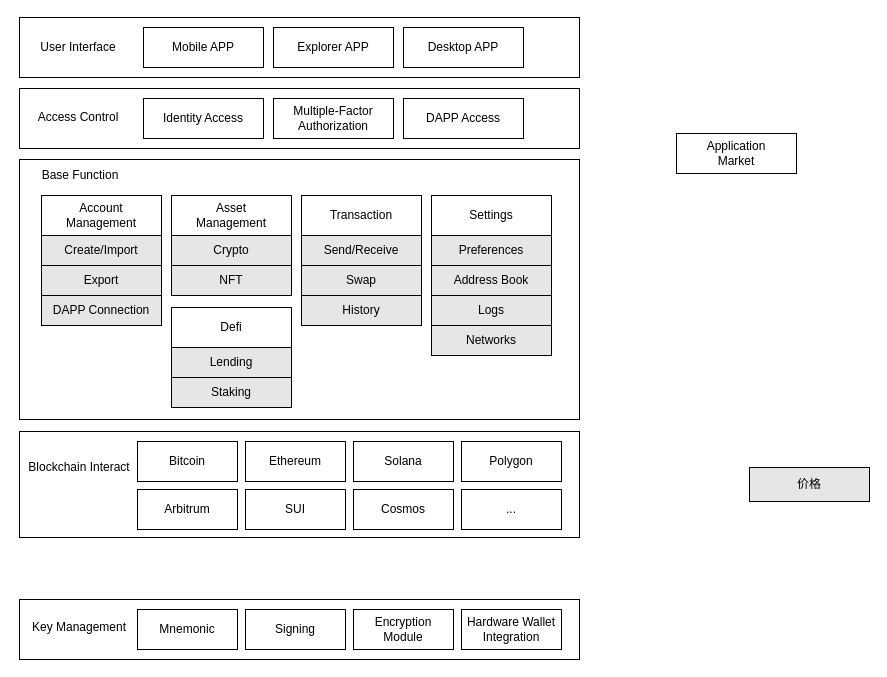
Earlier version of the draw.io diagram Wallet.drawio (hikariiiiiii/draw). Source tidied: cells renumbered, new cells numbered last; positions are measured from the earlier drawing's top-left corner, leaving out a move shared by most shapes. Both pictures are drawn from the tidied source at 100%, with x=0, y=0 at pixel (17, 17).
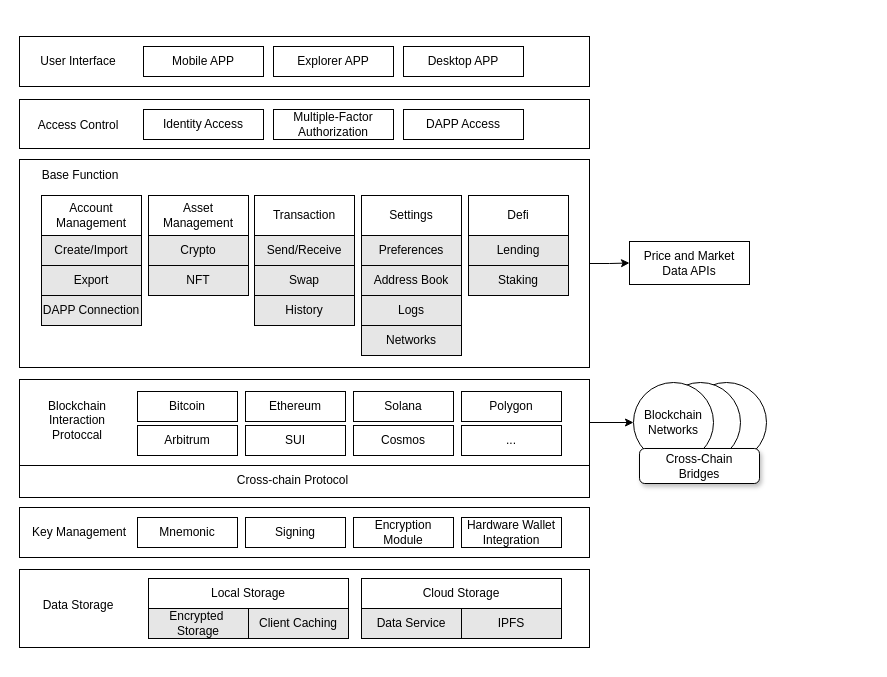
The same page after the edit.

Diff of the diagram source:
```diff
@@
     <mxCell id="2" style="rounded=0;whiteSpace=wrap;html=1;" parent="1" vertex="1">
-      <mxGeometry x="2" width="560" height="60" as="geometry" />
+      <mxGeometry x="2" y="19" width="570" height="50" as="geometry" />
     </mxCell>
     <mxCell id="3" value="User Interface" style="text;html=1;align=center;verticalAlign=middle;whiteSpace=wrap;rounded=0;" parent="1" vertex="1">
-      <mxGeometry x="6" y="15" width="110" height="30" as="geometry" />
+      <mxGeometry x="6" y="29" width="110" height="30" as="geometry" />
     </mxCell>
     <mxCell id="4" value="Mobile APP" style="rounded=0;whiteSpace=wrap;html=1;" parent="1" vertex="1">
-      <mxGeometry x="126" y="10" width="120" height="40" as="geometry" />
+      <mxGeometry x="126" y="29" width="120" height="30" as="geometry" />
     </mxCell>
     <mxCell id="5" value="Explorer APP" style="rounded=0;whiteSpace=wrap;html=1;" parent="1" vertex="1">
-      <mxGeometry x="256" y="10" width="120" height="40" as="geometry" />
+      <mxGeometry x="256" y="29" width="120" height="30" as="geometry" />
     </mxCell>
     <mxCell id="6" value="Desktop APP" style="rounded=0;whiteSpace=wrap;html=1;" parent="1" vertex="1">
-      <mxGeometry x="386" y="10" width="120" height="40" as="geometry" />
+      <mxGeometry x="386" y="29" width="120" height="30" as="geometry" />
     </mxCell>
+    <mxCell id="51" style="edgeStyle=orthogonalEdgeStyle;rounded=0;jettySize=auto;html=1;exitX=1;exitY=0.5;exitDx=0;exitDy=0;entryX=0;entryY=0.5;entryDx=0;entryDy=0;" parent="1" edge="1" source="7" target="18">
+      <mxGeometry relative="1" as="geometry" />
+    </mxCell>
     <mxCell id="7" style="rounded=0;whiteSpace=wrap;html=1;" parent="1" vertex="1">
-      <mxGeometry x="2" y="142" width="560" height="260" as="geometry" />
+      <mxGeometry x="2" y="142" width="570" height="208" as="geometry" />
     </mxCell>
@@
     <mxCell id="9" value="Crypto" style="rounded=0;whiteSpace=wrap;html=1;fillColor=light-dark(#E6E6E6,var(--ge-dark-color, #121212));" parent="1" vertex="1">
-      <mxGeometry x="154" y="218" width="120" height="30" as="geometry" />
+      <mxGeometry x="131" y="218" width="100" height="30" as="geometry" />
     </mxCell>
     <mxCell id="10" value="NFT" style="rounded=0;whiteSpace=wrap;html=1;fillColor=light-dark(#E6E6E6,var(--ge-dark-color, #121212));" parent="1" vertex="1">
-      <mxGeometry x="154" y="248" width="120" height="30" as="geometry" />
+      <mxGeometry x="131" y="248" width="100" height="30" as="geometry" />
     </mxCell>
     <mxCell id="11" value="Asset&lt;div&gt;Management&lt;/div&gt;" style="rounded=0;whiteSpace=wrap;html=1;" parent="1" vertex="1">
-      <mxGeometry x="154" y="178" width="120" height="40" as="geometry" />
+      <mxGeometry x="131" y="178" width="100" height="40" as="geometry" />
     </mxCell>
     <mxCell id="12" value="Send/Receive" style="rounded=0;whiteSpace=wrap;html=1;fillColor=light-dark(#E6E6E6,var(--ge-dark-color, #121212));" parent="1" vertex="1">
-      <mxGeometry x="284" y="218" width="120" height="30" as="geometry" />
+      <mxGeometry x="237" y="218" width="100" height="30" as="geometry" />
     </mxCell>
     <mxCell id="13" value="Swap" style="rounded=0;whiteSpace=wrap;html=1;fillColor=light-dark(#E6E6E6,var(--ge-dark-color, #121212));" parent="1" vertex="1">
-      <mxGeometry x="284" y="248" width="120" height="30" as="geometry" />
+      <mxGeometry x="237" y="248" width="100" height="30" as="geometry" />
     </mxCell>
     <mxCell id="14" value="Transaction" style="rounded=0;whiteSpace=wrap;html=1;" parent="1" vertex="1">
-      <mxGeometry x="284" y="178" width="120" height="40" as="geometry" />
+      <mxGeometry x="237" y="178" width="100" height="40" as="geometry" />
     </mxCell>
     <mxCell id="15" value="Create/Import" style="rounded=0;whiteSpace=wrap;html=1;fillColor=light-dark(#E6E6E6,var(--ge-dark-color, #121212));" parent="1" vertex="1">
-      <mxGeometry x="24" y="218" width="120" height="30" as="geometry" />
+      <mxGeometry x="24" y="218" width="100" height="30" as="geometry" />
     </mxCell>
     <mxCell id="16" value="Export" style="rounded=0;whiteSpace=wrap;html=1;fillColor=light-dark(#E6E6E6,var(--ge-dark-color, #121212));" parent="1" vertex="1">
-      <mxGeometry x="24" y="248" width="120" height="30" as="geometry" />
+      <mxGeometry x="24" y="248" width="100" height="30" as="geometry" />
     </mxCell>
-    <mxCell id="17" value="Account&lt;div&gt;Management&lt;/div&gt;" style="rounded=0;whiteSpace=wrap;html=1;" parent="1" vertex="1">
-      <mxGeometry x="24" y="178" width="120" height="40" as="geometry" />
+    <mxCell id="17" value="Account&lt;div&gt;&lt;div&gt;Management&lt;/div&gt;&lt;/div&gt;" style="rounded=0;whiteSpace=wrap;html=1;" parent="1" vertex="1">
+      <mxGeometry x="24" y="178" width="100" height="40" as="geometry" />
     </mxCell>
-    <mxCell id="18" value="价格" style="rounded=0;whiteSpace=wrap;html=1;fillColor=light-dark(#E6E6E6,var(--ge-dark-color, #121212));" parent="1" vertex="1">
-      <mxGeometry x="732" y="450" width="120" height="34" as="geometry" />
+    <mxCell id="18" value="Price and Market&lt;div&gt;Data APIs&lt;/div&gt;" style="rounded=0;whiteSpace=wrap;html=1;fillColor=light-dark(#FFFFFF,var(--ge-dark-color, #121212));" parent="1" vertex="1">
+      <mxGeometry x="612" y="224" width="120" height="43" as="geometry" />
     </mxCell>
     <mxCell id="19" value="History" style="rounded=0;whiteSpace=wrap;html=1;fillColor=light-dark(#E6E6E6,var(--ge-dark-color, #121212));" parent="1" vertex="1">
-      <mxGeometry x="284" y="278" width="120" height="30" as="geometry" />
+      <mxGeometry x="237" y="278" width="100" height="30" as="geometry" />
     </mxCell>
     <mxCell id="20" value="Preferences" style="rounded=0;whiteSpace=wrap;html=1;fillColor=light-dark(#E6E6E6,var(--ge-dark-color, #121212));" parent="1" vertex="1">
-      <mxGeometry x="414" y="218" width="120" height="30" as="geometry" />
+      <mxGeometry x="344" y="218" width="100" height="30" as="geometry" />
     </mxCell>
     <mxCell id="21" value="Address Book" style="rounded=0;whiteSpace=wrap;html=1;fillColor=light-dark(#E6E6E6,var(--ge-dark-color, #121212));" parent="1" vertex="1">
-      <mxGeometry x="414" y="248" width="120" height="30" as="geometry" />
+      <mxGeometry x="344" y="248" width="100" height="30" as="geometry" />
     </mxCell>
     <mxCell id="22" value="Settings" style="rounded=0;whiteSpace=wrap;html=1;" parent="1" vertex="1">
-      <mxGeometry x="414" y="178" width="120" height="40" as="geometry" />
+      <mxGeometry x="344" y="178" width="100" height="40" as="geometry" />
     </mxCell>
     <mxCell id="23" value="Logs" style="rounded=0;whiteSpace=wrap;html=1;fillColor=light-dark(#E6E6E6,var(--ge-dark-color, #121212));" parent="1" vertex="1">
-      <mxGeometry x="414" y="278" width="120" height="30" as="geometry" />
+      <mxGeometry x="344" y="278" width="100" height="30" as="geometry" />
     </mxCell>
     <mxCell id="24" value="Networks" style="rounded=0;whiteSpace=wrap;html=1;fillColor=light-dark(#E6E6E6,var(--ge-dark-color, #121212));" parent="1" vertex="1">
-      <mxGeometry x="414" y="308" width="120" height="30" as="geometry" />
+      <mxGeometry x="344" y="308" width="100" height="30" as="geometry" />
     </mxCell>
     <mxCell id="25" value="DAPP Connection" style="rounded=0;whiteSpace=wrap;html=1;fillColor=light-dark(#E6E6E6,var(--ge-dark-color, #121212));" parent="1" vertex="1">
-      <mxGeometry x="24" y="278" width="120" height="30" as="geometry" />
+      <mxGeometry x="24" y="278" width="100" height="30" as="geometry" />
     </mxCell>
-    <mxCell id="26" value="Application&lt;div&gt;Market&lt;/div&gt;" style="rounded=0;whiteSpace=wrap;html=1;" parent="1" vertex="1">
-      <mxGeometry x="659" y="116" width="120" height="40" as="geometry" />
-    </mxCell>
     <mxCell id="27" style="rounded=0;whiteSpace=wrap;html=1;" parent="1" vertex="1">
-      <mxGeometry x="2" y="71" width="560" height="60" as="geometry" />
+      <mxGeometry x="2" y="82" width="570" height="49" as="geometry" />
     </mxCell>
     <mxCell id="28" value="Access Control" style="text;html=1;align=center;verticalAlign=middle;whiteSpace=wrap;rounded=0;" parent="1" vertex="1">
-      <mxGeometry x="6" y="85" width="110" height="30" as="geometry" />
+      <mxGeometry x="6" y="93" width="110" height="30" as="geometry" />
     </mxCell>
     <mxCell id="29" value="Identity Access" style="rounded=0;whiteSpace=wrap;html=1;" parent="1" vertex="1">
-      <mxGeometry x="126" y="81" width="120" height="40" as="geometry" />
+      <mxGeometry x="126" y="92" width="120" height="30" as="geometry" />
     </mxCell>
-    <mxCell id="30" value="Multiple-Factor&lt;div&gt;Authorization&lt;/div&gt;" style="rounded=0;whiteSpace=wrap;html=1;" parent="1" vertex="1">
-      <mxGeometry x="256" y="81" width="120" height="40" as="geometry" />
+    <mxCell id="30" value="Multiple-Factor&lt;div&gt;&lt;span style=&quot;background-color: transparent; color: light-dark(rgb(0, 0, 0), rgb(255, 255, 255));&quot;&gt;Authorization&lt;/span&gt;&lt;/div&gt;" style="rounded=0;whiteSpace=wrap;html=1;" parent="1" vertex="1">
+      <mxGeometry x="256" y="92" width="120" height="30" as="geometry" />
     </mxCell>
     <mxCell id="31" value="DAPP Access" style="rounded=0;whiteSpace=wrap;html=1;" parent="1" vertex="1">
-      <mxGeometry x="386" y="81" width="120" height="40" as="geometry" />
+      <mxGeometry x="386" y="92" width="120" height="30" as="geometry" />
     </mxCell>
     <mxCell id="32" value="Lending" style="rounded=0;whiteSpace=wrap;html=1;fillColor=light-dark(#E6E6E6,var(--ge-dark-color, #121212));" parent="1" vertex="1">
-      <mxGeometry x="154" y="330" width="120" height="30" as="geometry" />
+      <mxGeometry x="451" y="218" width="100" height="30" as="geometry" />
     </mxCell>
     <mxCell id="33" value="Staking" style="rounded=0;whiteSpace=wrap;html=1;fillColor=light-dark(#E6E6E6,var(--ge-dark-color, #121212));" parent="1" vertex="1">
-      <mxGeometry x="154" y="360" width="120" height="30" as="geometry" />
+      <mxGeometry x="451" y="248" width="100" height="30" as="geometry" />
     </mxCell>
     <mxCell id="34" value="Defi" style="rounded=0;whiteSpace=wrap;html=1;" parent="1" vertex="1">
-      <mxGeometry x="154" y="290" width="120" height="40" as="geometry" />
+      <mxGeometry x="451" y="178" width="100" height="40" as="geometry" />
     </mxCell>
     <mxCell id="35" style="rounded=0;whiteSpace=wrap;html=1;" parent="1" vertex="1">
-      <mxGeometry x="2" y="582" width="560" height="60" as="geometry" />
+      <mxGeometry x="2" y="490" width="570" height="50" as="geometry" />
     </mxCell>
     <mxCell id="36" value="Key Management" style="text;html=1;align=center;verticalAlign=middle;whiteSpace=wrap;rounded=0;" parent="1" vertex="1">
-      <mxGeometry x="7" y="595" width="110" height="30" as="geometry" />
+      <mxGeometry x="7" y="500" width="110" height="30" as="geometry" />
     </mxCell>
     <mxCell id="37" value="Mnemonic" style="rounded=0;whiteSpace=wrap;html=1;" parent="1" vertex="1">
-      <mxGeometry x="120" y="592" width="100" height="40" as="geometry" />
+      <mxGeometry x="120" y="500" width="100" height="30" as="geometry" />
     </mxCell>
     <mxCell id="38" value="Signing" style="rounded=0;whiteSpace=wrap;html=1;" parent="1" vertex="1">
-      <mxGeometry x="228" y="592" width="100" height="40" as="geometry" />
+      <mxGeometry x="228" y="500" width="100" height="30" as="geometry" />
     </mxCell>
     <mxCell id="39" value="Encryption Module" style="rounded=0;whiteSpace=wrap;html=1;" parent="1" vertex="1">
-      <mxGeometry x="336" y="592" width="100" height="40" as="geometry" />
+      <mxGeometry x="336" y="500" width="100" height="30" as="geometry" />
     </mxCell>
-    <mxCell id="40" value="Hardware Wallet Integration" style="rounded=0;whiteSpace=wrap;html=1;" parent="1" vertex="1">
-      <mxGeometry x="444" y="592" width="100" height="40" as="geometry" />
+    <mxCell id="40" value="Hardware Wallet&lt;div&gt;Integration&lt;/div&gt;" style="rounded=0;whiteSpace=wrap;html=1;" parent="1" vertex="1">
+      <mxGeometry x="444" y="500" width="100" height="30" as="geometry" />
     </mxCell>
+    <mxCell id="52" style="edgeStyle=orthogonalEdgeStyle;rounded=0;jettySize=auto;html=1;exitX=1;exitY=0.5;exitDx=0;exitDy=0;entryX=0;entryY=0.5;entryDx=0;entryDy=0;" parent="1" edge="1" source="41" target="60">
+      <mxGeometry relative="1" as="geometry" />
+    </mxCell>
     <mxCell id="41" style="rounded=0;whiteSpace=wrap;html=1;" parent="1" vertex="1">
-      <mxGeometry x="2" y="414" width="560" height="106" as="geometry" />
+      <mxGeometry x="2" y="362" width="570" height="86" as="geometry" />
     </mxCell>
-    <mxCell id="42" value="Blockchain Interact" style="text;html=1;align=center;verticalAlign=middle;whiteSpace=wrap;rounded=0;" parent="1" vertex="1">
-      <mxGeometry x="7" y="435" width="110" height="30" as="geometry" />
+    <mxCell id="42" value="Blockchain&lt;div&gt;&lt;span style=&quot;background-color: transparent; color: light-dark(rgb(0, 0, 0), rgb(255, 255, 255));&quot;&gt;Interaction&lt;/span&gt;&lt;div&gt;Protoccal&lt;/div&gt;&lt;/div&gt;" style="text;html=1;align=center;verticalAlign=middle;whiteSpace=wrap;rounded=0;" parent="1" vertex="1">
+      <mxGeometry x="5" y="370" width="110" height="65" as="geometry" />
     </mxCell>
     <mxCell id="43" value="Bitcoin" style="rounded=0;whiteSpace=wrap;html=1;" parent="1" vertex="1">
-      <mxGeometry x="120" y="424" width="100" height="40" as="geometry" />
+      <mxGeometry x="120" y="374" width="100" height="30" as="geometry" />
     </mxCell>
     <mxCell id="44" value="Ethereum" style="rounded=0;whiteSpace=wrap;html=1;" parent="1" vertex="1">
-      <mxGeometry x="228" y="424" width="100" height="40" as="geometry" />
+      <mxGeometry x="228" y="374" width="100" height="30" as="geometry" />
     </mxCell>
     <mxCell id="45" value="Solana" style="rounded=0;whiteSpace=wrap;html=1;" parent="1" vertex="1">
-      <mxGeometry x="336" y="424" width="100" height="40" as="geometry" />
+      <mxGeometry x="336" y="374" width="100" height="30" as="geometry" />
     </mxCell>
     <mxCell id="46" value="Polygon" style="rounded=0;whiteSpace=wrap;html=1;" parent="1" vertex="1">
-      <mxGeometry x="444" y="424" width="100" height="40" as="geometry" />
+      <mxGeometry x="444" y="374" width="100" height="30" as="geometry" />
     </mxCell>
     <mxCell id="47" value="Arbitrum" style="rounded=0;whiteSpace=wrap;html=1;" parent="1" vertex="1">
-      <mxGeometry x="120" y="472" width="100" height="40" as="geometry" />
+      <mxGeometry x="120" y="408" width="100" height="30" as="geometry" />
     </mxCell>
     <mxCell id="48" value="SUI" style="rounded=0;whiteSpace=wrap;html=1;" parent="1" vertex="1">
-      <mxGeometry x="228" y="472" width="100" height="40" as="geometry" />
+      <mxGeometry x="228" y="408" width="100" height="30" as="geometry" />
     </mxCell>
     <mxCell id="49" value="Cosmos" style="rounded=0;whiteSpace=wrap;html=1;" parent="1" vertex="1">
-      <mxGeometry x="336" y="472" width="100" height="40" as="geometry" />
+      <mxGeometry x="336" y="408" width="100" height="30" as="geometry" />
     </mxCell>
     <mxCell id="50" value="..." style="rounded=0;whiteSpace=wrap;html=1;" parent="1" vertex="1">
-      <mxGeometry x="444" y="472" width="100" height="40" as="geometry" />
+      <mxGeometry x="444" y="408" width="100" height="30" as="geometry" />
     </mxCell>
+    <mxCell id="53" style="rounded=0;whiteSpace=wrap;html=1;" parent="1" vertex="1">
+      <mxGeometry x="2" y="448" width="570" height="32" as="geometry" />
+    </mxCell>
+    <mxCell id="54" value="Cross-chain&amp;nbsp;&lt;span style=&quot;background-color: transparent; color: light-dark(rgb(0, 0, 0), rgb(255, 255, 255));&quot;&gt;Protocol&lt;/span&gt;" style="text;html=1;align=center;verticalAlign=middle;whiteSpace=wrap;rounded=0;" parent="1" vertex="1">
+      <mxGeometry x="97.5" y="448" width="355" height="30" as="geometry" />
+    </mxCell>
+    <mxCell id="55" style="rounded=0;whiteSpace=wrap;html=1;" parent="1" vertex="1">
+      <mxGeometry x="2" y="552" width="570" height="78" as="geometry" />
+    </mxCell>
+    <mxCell id="56" value="Data Storage" style="text;html=1;align=center;verticalAlign=middle;whiteSpace=wrap;rounded=0;" parent="1" vertex="1">
+      <mxGeometry x="6" y="573" width="110" height="30" as="geometry" />
+    </mxCell>
+    <mxCell id="57" value="&lt;span class=&quot;hljs-keyword&quot;&gt;Local&lt;/span&gt; &lt;span class=&quot;hljs-keyword&quot;&gt;Storage&lt;/span&gt;" style="rounded=0;whiteSpace=wrap;html=1;" parent="1" vertex="1">
+      <mxGeometry x="131" y="561" width="200" height="30" as="geometry" />
+    </mxCell>
+    <mxCell id="58" style="ellipse;whiteSpace=wrap;html=1;" parent="1" vertex="1">
+      <mxGeometry x="669" y="365" width="80" height="80" as="geometry" />
+    </mxCell>
+    <mxCell id="59" style="ellipse;whiteSpace=wrap;html=1;" parent="1" vertex="1">
+      <mxGeometry x="643" y="365" width="80" height="80" as="geometry" />
+    </mxCell>
+    <mxCell id="60" value="Blockchain&lt;div&gt;Networks&lt;/div&gt;" style="ellipse;whiteSpace=wrap;html=1;" parent="1" vertex="1">
+      <mxGeometry x="616" y="365" width="80" height="80" as="geometry" />
+    </mxCell>
+    <mxCell id="61" value="Cross-Chain&lt;div&gt;Bridges&lt;/div&gt;" style="rounded=1;whiteSpace=wrap;html=1;shadow=1;" parent="1" vertex="1">
+      <mxGeometry x="622" y="431" width="120" height="35" as="geometry" />
+    </mxCell>
+    <mxCell id="62" value="&lt;span class=&quot;hljs-keyword&quot;&gt;Encrypted&lt;/span&gt;&amp;nbsp;&lt;div&gt;&lt;span class=&quot;hljs-keyword&quot;&gt;Storage&lt;/span&gt;&lt;/div&gt;" style="rounded=0;whiteSpace=wrap;html=1;fillColor=light-dark(#E6E6E6,var(--ge-dark-color, #121212));" parent="1" vertex="1">
+      <mxGeometry x="131" y="591" width="100" height="30" as="geometry" />
+    </mxCell>
+    <mxCell id="63" value="Client Caching" style="rounded=0;whiteSpace=wrap;html=1;fillColor=light-dark(#E6E6E6,var(--ge-dark-color, #121212));" parent="1" vertex="1">
+      <mxGeometry x="231" y="591" width="100" height="30" as="geometry" />
+    </mxCell>
+    <mxCell id="64" value="Cloud&amp;nbsp;&lt;span class=&quot;hljs-keyword&quot;&gt;Storage&lt;/span&gt;" style="rounded=0;whiteSpace=wrap;html=1;" parent="1" vertex="1">
+      <mxGeometry x="344" y="561" width="200" height="30" as="geometry" />
+    </mxCell>
+    <mxCell id="65" value="Data Service" style="rounded=0;whiteSpace=wrap;html=1;fillColor=light-dark(#E6E6E6,var(--ge-dark-color, #121212));" parent="1" vertex="1">
+      <mxGeometry x="344" y="591" width="100" height="30" as="geometry" />
+    </mxCell>
+    <mxCell id="66" value="IPFS" style="rounded=0;whiteSpace=wrap;html=1;fillColor=light-dark(#E6E6E6,var(--ge-dark-color, #121212));" parent="1" vertex="1">
+      <mxGeometry x="444" y="591" width="100" height="30" as="geometry" />
+    </mxCell>
```
